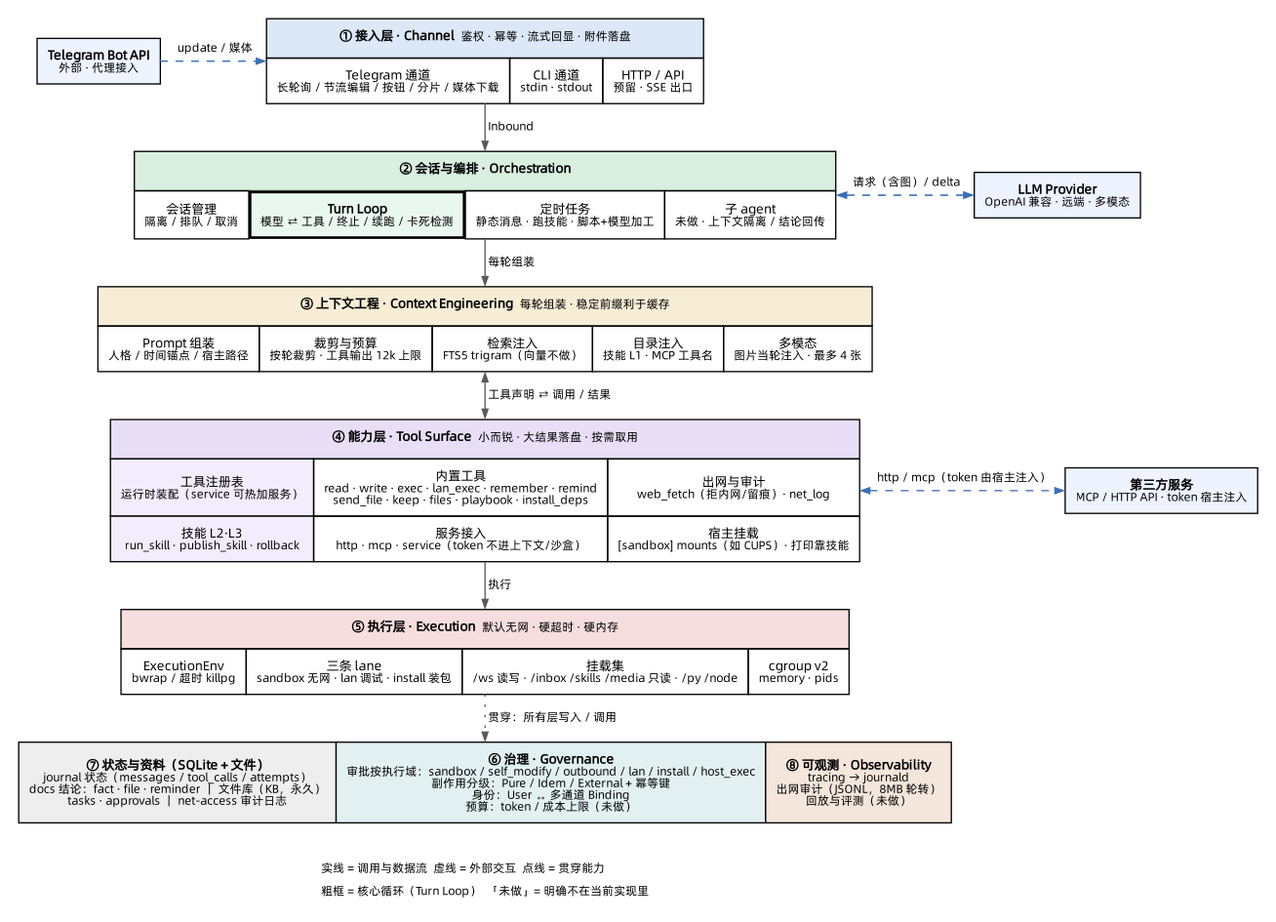
Above: docs/architecture.png in babydragon/chuan (Graphviz), before the change. Its source is kept beside it as docs/architecture.dot.
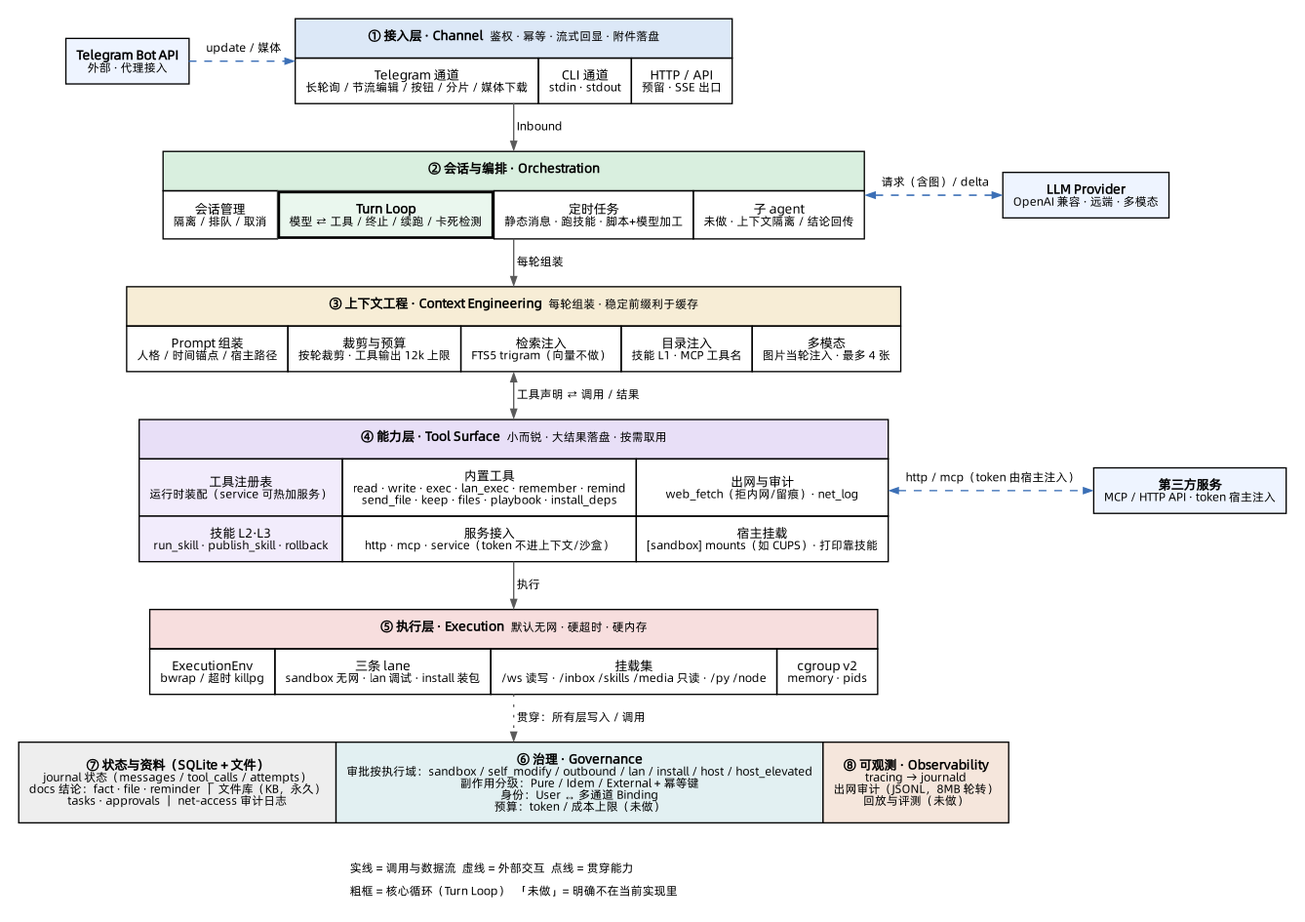
The same diagram one commit later.

Diff of the diagram source:
```diff
@@ -60,7 +60,7 @@
   P [label=<<TABLE BORDER="0" CELLBORDER="1" CELLSPACING="0" CELLPADDING="7">
     <TR>
       <TD BGCOLOR="#eeeeee" ALIGN="LEFT"><B>⑦ 状态与资料（SQLite + 文件）</B><BR/><FONT POINT-SIZE="9">journal 状态（messages / tool_calls / attempts）<BR/>docs 结论：fact · file · reminder ｜ 文件库（KB，永久）<BR/>tasks · approvals ｜ net-access 审计日志</FONT></TD>
-      <TD BGCOLOR="#e2f0f2" ALIGN="LEFT"><B>⑥ 治理 · Governance</B><BR/><FONT POINT-SIZE="9">审批按执行域：sandbox / self_modify / outbound / lan / install / host_exec<BR/>副作用分级：Pure / Idem / External + 幂等键<BR/>身份：User ↔ 多通道 Binding<BR/>预算：token / 成本上限（未做）</FONT></TD>
+      <TD BGCOLOR="#e2f0f2" ALIGN="LEFT"><B>⑥ 治理 · Governance</B><BR/><FONT POINT-SIZE="9">审批按执行域：sandbox / self_modify / outbound / lan / install / host / host_elevated<BR/>副作用分级：Pure / Idem / External + 幂等键<BR/>身份：User ↔ 多通道 Binding<BR/>预算：token / 成本上限（未做）</FONT></TD>
       <TD BGCOLOR="#f5e6dc" ALIGN="LEFT"><B>⑧ 可观测 · Observability</B><BR/><FONT POINT-SIZE="9">tracing → journald<BR/>出网审计（JSONL，8MB 轮转）<BR/>回放与评测（未做）</FONT></TD>
     </TR>
   </TABLE>>];
```
